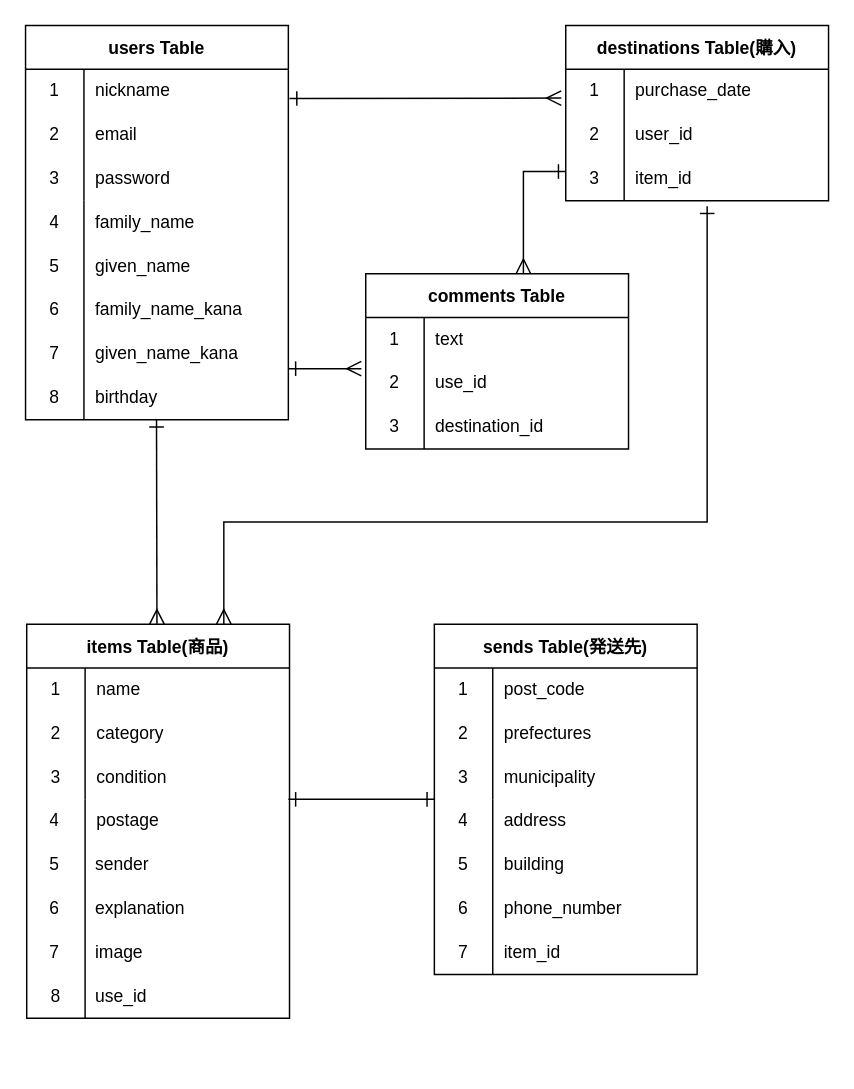
Before: ER図.dio in htn9sys/furima-39212, a draw.io diagram. Source tidied: cells renumbered, new cells numbered last; positions are measured from the earlier drawing's top-left corner, leaving out a move shared by most shapes. Both pictures are drawn from the tidied source at 146%, with x=0, y=0 at pixel (25, 25).
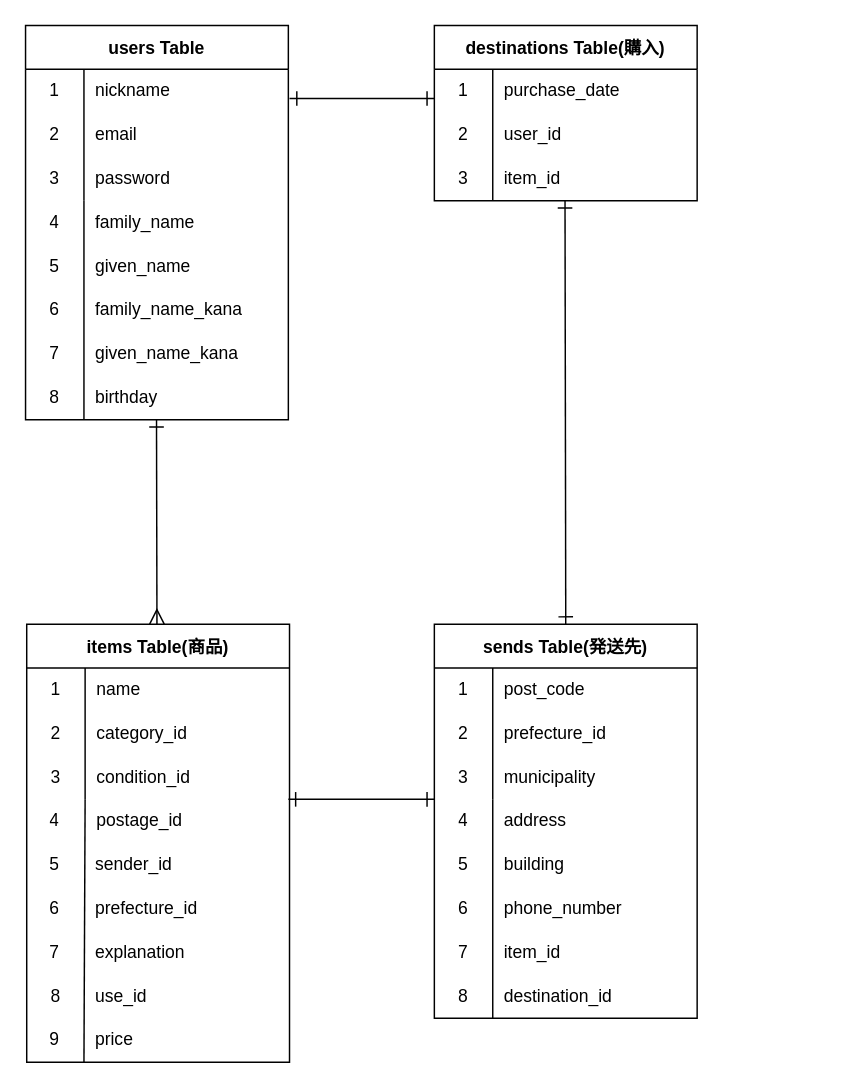
The same page after the edit.

Commit message (it also covers changes not shown here):
ER図_READMEの修正

The change refers to these unchanged cells:
```xml
<mxCell id="17" style="shape=tableRow;horizontal=0;startSize=0;swimlaneHead=0;swimlaneBody=0;top=0;left=0;bottom=0;right=0;fillColor=none;" parent="13" vertex="1">
  <mxGeometry y="60" width="180" height="30" as="geometry" />
</mxCell>
<mxCell id="20" style="shape=tableRow;horizontal=0;startSize=0;swimlaneHead=0;swimlaneBody=0;top=0;left=0;bottom=0;right=0;fillColor=none;" parent="13" vertex="1">
  <mxGeometry y="90" width="180" height="30" as="geometry" />
</mxCell>
<mxCell id="27" style="shape=tableRow;horizontal=0;startSize=0;swimlaneHead=0;swimlaneBody=0;top=0;left=0;bottom=0;right=0;fillColor=none;" parent="23" vertex="1">
  <mxGeometry y="60" width="180" height="30" as="geometry" />
</mxCell>
<mxCell id="34" style="shape=tableRow;horizontal=0;startSize=0;swimlaneHead=0;swimlaneBody=0;top=0;left=0;bottom=0;right=0;fillColor=none;points=[[0,0.5],[1,0.5]];portConstraint=eastwest;" parent="33" vertex="1">
  <mxGeometry y="30" width="180" height="30" as="geometry" />
</mxCell>
<mxCell id="40" style="shape=tableRow;horizontal=0;startSize=0;swimlaneHead=0;swimlaneBody=0;top=0;left=0;bottom=0;right=0;fillColor=none;points=[[0,0.5],[1,0.5]];portConstraint=eastwest;" parent="33" vertex="1">
  <mxGeometry y="90" width="180" height="30" as="geometry" />
</mxCell>
```

What changed in the source:
```diff
@@
     <mxCell id="13" value="items Table(商品)" style="shape=table;startSize=30;childLayout=tableLayout;rowLines=0;fontStyle=1;" parent="1" vertex="1">
-      <mxGeometry x="0.8" y="410" width="180" height="270" as="geometry" />
+      <mxGeometry x="0.8" y="410" width="180" height="300" as="geometry" />
     </mxCell>
@@
-    <mxCell id="19" value="category" style="shape=partialRectangle;html=1;whiteSpace=wrap;fillColor=none;top=0;left=0;bottom=0;right=0;align=left;spacingLeft=6;overflow=hidden;" parent="17" vertex="1">
+    <mxCell id="19" value="category_id" style="shape=partialRectangle;html=1;whiteSpace=wrap;fillColor=none;top=0;left=0;bottom=0;right=0;align=left;spacingLeft=6;overflow=hidden;" parent="17" vertex="1">
       <mxGeometry x="40" width="140" height="30" as="geometry" />
     </mxCell>
@@
-    <mxCell id="22" value="condition" style="shape=partialRectangle;html=1;whiteSpace=wrap;fillColor=none;top=0;left=0;bottom=0;right=0;align=left;spacingLeft=6;overflow=hidden;" parent="20" vertex="1">
+    <mxCell id="22" value="condition_id" style="shape=partialRectangle;html=1;whiteSpace=wrap;fillColor=none;top=0;left=0;bottom=0;right=0;align=left;spacingLeft=6;overflow=hidden;" parent="20" vertex="1">
       <mxGeometry x="40" width="140" height="30" as="geometry" />
     </mxCell>
     <mxCell id="23" value="sends Table(発送先)" style="shape=table;startSize=30;childLayout=tableLayout;rowLines=0;fontStyle=1;" parent="1" vertex="1">
-      <mxGeometry x="280" y="410" width="180" height="240" as="geometry" />
+      <mxGeometry x="280" y="410" width="180" height="270" as="geometry" />
     </mxCell>
@@
-    <mxCell id="29" value="prefectures" style="shape=partialRectangle;html=1;whiteSpace=wrap;fillColor=none;top=0;left=0;bottom=0;right=0;align=left;spacingLeft=6;overflow=hidden;" parent="27" vertex="1">
+    <mxCell id="29" value="prefecture_id" style="shape=partialRectangle;html=1;whiteSpace=wrap;fillColor=none;top=0;left=0;bottom=0;right=0;align=left;spacingLeft=6;overflow=hidden;" parent="27" vertex="1">
       <mxGeometry x="40" width="140" height="30" as="geometry" />
     </mxCell>
@@
     <mxCell id="33" value="destinations Table(購入)" style="shape=table;startSize=30;childLayout=tableLayout;rowLines=0;fontStyle=1;" parent="1" vertex="1">
-      <mxGeometry x="370" width="180" height="120" as="geometry" />
+      <mxGeometry x="280" width="180" height="120" as="geometry" />
     </mxCell>
@@
-    <mxCell id="51" value="sender" style="shape=partialRectangle;html=1;whiteSpace=wrap;fillColor=none;top=0;left=0;bottom=0;right=0;align=left;spacingLeft=6;overflow=hidden;" parent="1" vertex="1">
+    <mxCell id="51" value="sender_id" style="shape=partialRectangle;html=1;whiteSpace=wrap;fillColor=none;top=0;left=0;bottom=0;right=0;align=left;spacingLeft=6;overflow=hidden;" parent="1" vertex="1">
       <mxGeometry x="40" y="560" width="140" height="30" as="geometry" />
     </mxCell>
-    <mxCell id="52" value="explanation" style="shape=partialRectangle;html=1;whiteSpace=wrap;fillColor=none;top=0;left=0;bottom=0;right=0;align=left;spacingLeft=6;overflow=hidden;" parent="1" vertex="1">
+    <mxCell id="52" value="prefecture_id" style="shape=partialRectangle;html=1;whiteSpace=wrap;fillColor=none;top=0;left=0;bottom=0;right=0;align=left;spacingLeft=6;overflow=hidden;" parent="1" vertex="1">
       <mxGeometry x="40" y="590" width="140" height="30" as="geometry" />
     </mxCell>
-    <mxCell id="53" value="image" style="shape=partialRectangle;html=1;whiteSpace=wrap;fillColor=none;top=0;left=0;bottom=0;right=0;align=left;spacingLeft=6;overflow=hidden;" parent="1" vertex="1">
+    <mxCell id="53" value="explanation" style="shape=partialRectangle;html=1;whiteSpace=wrap;fillColor=none;top=0;left=0;bottom=0;right=0;align=left;spacingLeft=6;overflow=hidden;" parent="1" vertex="1">
       <mxGeometry x="40" y="620" width="140" height="30" as="geometry" />
     </mxCell>
     <mxCell id="54" style="endArrow=none;html=1;strokeWidth=1;startSize=8;endSize=8;sourcePerimeterSpacing=7;targetPerimeterSpacing=7;jumpSize=11;" parent="1" edge="1">
       <mxGeometry relative="1" as="geometry">
-        <mxPoint x="40.8" y="680" as="sourcePoint" />
+        <mxPoint x="40" y="710" as="sourcePoint" />
         <mxPoint x="40.8" y="530" as="targetPoint" />
       </mxGeometry>
     </mxCell>
@@
-    <mxCell id="56" value="postage" style="shape=partialRectangle;html=1;whiteSpace=wrap;fillColor=none;top=0;left=0;bottom=0;right=0;align=left;spacingLeft=6;overflow=hidden;" parent="1" vertex="1">
+    <mxCell id="56" value="postage_id" style="shape=partialRectangle;html=1;whiteSpace=wrap;fillColor=none;top=0;left=0;bottom=0;right=0;align=left;spacingLeft=6;overflow=hidden;" parent="1" vertex="1">
       <mxGeometry x="40.8" y="530" width="140" height="30" as="geometry" />
     </mxCell>
@@
-    <mxCell id="67" style="edgeStyle=none;html=1;exitX=1;exitY=0.5;exitDx=0;exitDy=0;endArrow=ERmany;endFill=0;strokeWidth=1;targetPerimeterSpacing=7;endSize=8;startArrow=ERone;startFill=0;sourcePerimeterSpacing=7;startSize=8;entryX=-0.017;entryY=0.656;entryDx=0;entryDy=0;entryPerimeter=0;" parent="1" edge="1" target="34">
+    <mxCell id="67" style="edgeStyle=none;html=1;exitX=1;exitY=0.5;exitDx=0;exitDy=0;endArrow=ERone;endFill=0;strokeWidth=1;targetPerimeterSpacing=7;endSize=8;startArrow=ERone;startFill=0;sourcePerimeterSpacing=7;startSize=8;" parent="1" edge="1">
       <mxGeometry relative="1" as="geometry">
         <mxPoint x="180.8" y="50" as="sourcePoint" />
+        <mxPoint x="280" y="50" as="targetPoint" />
       </mxGeometry>
     </mxCell>
@@
     <mxCell id="74" style="endArrow=none;html=1;strokeWidth=1;startSize=8;endSize=8;sourcePerimeterSpacing=7;targetPerimeterSpacing=7;jumpSize=11;" parent="1" edge="1">
       <mxGeometry relative="1" as="geometry">
-        <mxPoint x="320" y="650" as="sourcePoint" />
+        <mxPoint x="320" y="680" as="sourcePoint" />
         <mxPoint x="320" y="530" as="targetPoint" />
       </mxGeometry>
     </mxCell>
@@
-    <mxCell id="76" value="comments Table" style="shape=table;startSize=30;childLayout=tableLayout;rowLines=0;fontStyle=1;" parent="1" vertex="1">
-      <mxGeometry x="233" y="170" width="180" height="120" as="geometry" />
-    </mxCell>
-    <mxCell id="77" style="shape=tableRow;horizontal=0;startSize=0;swimlaneHead=0;swimlaneBody=0;top=0;left=0;bottom=0;right=0;fillColor=none;" parent="76" vertex="1">
-      <mxGeometry y="30" width="180" height="30" as="geometry" />
-    </mxCell>
-    <mxCell id="78" value="1" style="shape=partialRectangle;html=1;whiteSpace=wrap;fillColor=none;top=0;left=0;bottom=0;right=0;overflow=hidden;" parent="77" vertex="1">
-      <mxGeometry width="40" height="30" as="geometry" />
-    </mxCell>
-    <mxCell id="79" value="text" style="shape=partialRectangle;html=1;whiteSpace=wrap;fillColor=none;top=0;left=0;bottom=0;right=0;align=left;spacingLeft=6;overflow=hidden;" parent="77" vertex="1">
-      <mxGeometry x="40" width="140" height="30" as="geometry" />
-    </mxCell>
-    <mxCell id="80" style="shape=tableRow;horizontal=0;startSize=0;swimlaneHead=0;swimlaneBody=0;top=0;left=0;bottom=0;right=0;fillColor=none;" parent="76" vertex="1">
-      <mxGeometry y="60" width="180" height="30" as="geometry" />
-    </mxCell>
-    <mxCell id="81" style="shape=partialRectangle;html=1;whiteSpace=wrap;fillColor=none;top=0;left=0;bottom=0;right=0;overflow=hidden;" parent="80" vertex="1">
-      <mxGeometry width="40" height="30" as="geometry" />
-    </mxCell>
-    <mxCell id="82" style="shape=partialRectangle;html=1;whiteSpace=wrap;fillColor=none;top=0;left=0;bottom=0;right=0;align=left;spacingLeft=6;overflow=hidden;" parent="80" vertex="1">
-      <mxGeometry x="40" width="140" height="30" as="geometry" />
-    </mxCell>
-    <mxCell id="83" style="shape=tableRow;horizontal=0;startSize=0;swimlaneHead=0;swimlaneBody=0;top=0;left=0;bottom=0;right=0;fillColor=none;" parent="76" vertex="1">
-      <mxGeometry y="90" width="180" height="30" as="geometry" />
-    </mxCell>
-    <mxCell id="84" style="shape=partialRectangle;html=1;whiteSpace=wrap;fillColor=none;top=0;left=0;bottom=0;right=0;overflow=hidden;" parent="83" vertex="1">
-      <mxGeometry width="40" height="30" as="geometry" />
-    </mxCell>
-    <mxCell id="85" style="shape=partialRectangle;html=1;whiteSpace=wrap;fillColor=none;top=0;left=0;bottom=0;right=0;align=left;spacingLeft=6;overflow=hidden;" parent="83" vertex="1">
-      <mxGeometry x="40" width="140" height="30" as="geometry" />
-    </mxCell>
-    <mxCell id="86" value="2" style="shape=partialRectangle;html=1;whiteSpace=wrap;fillColor=none;top=0;left=0;bottom=0;right=0;overflow=hidden;" parent="1" vertex="1">
-      <mxGeometry x="233" y="230" width="40" height="30" as="geometry" />
-    </mxCell>
-    <mxCell id="87" value="use_id" style="shape=partialRectangle;html=1;whiteSpace=wrap;fillColor=none;top=0;left=0;bottom=0;right=0;align=left;spacingLeft=6;overflow=hidden;" parent="1" vertex="1">
-      <mxGeometry x="273" y="230" width="140" height="30" as="geometry" />
-    </mxCell>
-    <mxCell id="88" style="edgeStyle=elbowEdgeStyle;elbow=vertical;endArrow=ERmany;html=1;curved=0;rounded=0;endSize=8;startSize=8;strokeWidth=1;sourcePerimeterSpacing=7;targetPerimeterSpacing=7;jumpSize=11;entryX=0.75;entryY=0;entryDx=0;entryDy=0;endFill=0;startArrow=ERone;startFill=0;exitX=0.538;exitY=1.124;exitDx=0;exitDy=0;exitPerimeter=0;" parent="1" edge="1" source="40" target="13">
-      <mxGeometry relative="1" as="geometry">
-        <Array as="points">
-          <mxPoint x="270" y="340" />
-        </Array>
-      </mxGeometry>
-    </mxCell>
@@
-    <mxCell id="91" style="edgeStyle=segmentEdgeStyle;endArrow=ERone;html=1;curved=0;rounded=0;endSize=8;startSize=8;strokeWidth=1;sourcePerimeterSpacing=7;targetPerimeterSpacing=7;jumpSize=11;startArrow=ERmany;startFill=0;endFill=0;" parent="1" edge="1">
-      <mxGeometry relative="1" as="geometry">
-        <mxPoint x="341" y="170" as="sourcePoint" />
-        <mxPoint x="370" y="100" as="targetPoint" />
-        <Array as="points">
-          <mxPoint x="341" y="100" />
-        </Array>
-      </mxGeometry>
-    </mxCell>
-    <mxCell id="92" style="edgeStyle=none;html=1;exitX=1;exitY=0.5;exitDx=0;exitDy=0;endArrow=ERmany;endFill=0;strokeWidth=1;targetPerimeterSpacing=7;endSize=8;startArrow=ERone;startFill=0;sourcePerimeterSpacing=7;startSize=8;" parent="1" edge="1">
-      <mxGeometry relative="1" as="geometry">
-        <mxPoint x="180" y="235" as="sourcePoint" />
-        <mxPoint x="230" y="235" as="targetPoint" />
-      </mxGeometry>
-    </mxCell>
-    <mxCell id="93" value="3" style="shape=partialRectangle;html=1;whiteSpace=wrap;fillColor=none;top=0;left=0;bottom=0;right=0;overflow=hidden;" parent="1" vertex="1">
-      <mxGeometry x="233" y="260" width="40" height="30" as="geometry" />
-    </mxCell>
-    <mxCell id="94" value="&lt;span style=&quot;text-align: center;&quot;&gt;destination&lt;/span&gt;_id" style="shape=partialRectangle;html=1;whiteSpace=wrap;fillColor=none;top=0;left=0;bottom=0;right=0;align=left;spacingLeft=6;overflow=hidden;" parent="1" vertex="1">
-      <mxGeometry x="273" y="260" width="140" height="30" as="geometry" />
-    </mxCell>
+    <mxCell id="95" style="endArrow=ERone;html=1;strokeWidth=1;startSize=8;endSize=8;targetPerimeterSpacing=7;jumpSize=11;exitX=0.5;exitY=1.025;exitDx=0;exitDy=0;exitPerimeter=0;endFill=0;startArrow=ERone;startFill=0;sourcePerimeterSpacing=7;entryX=0.5;entryY=0;entryDx=0;entryDy=0;" parent="1" edge="1" target="23">
+      <mxGeometry relative="1" as="geometry">
+        <mxPoint x="369.5" y="120" as="sourcePoint" />
+      </mxGeometry>
+    </mxCell>
+    <mxCell id="96" value="8" style="shape=partialRectangle;html=1;whiteSpace=wrap;fillColor=none;top=0;left=0;bottom=0;right=0;overflow=hidden;" parent="1" vertex="1">
+      <mxGeometry x="280" y="650" width="40" height="30" as="geometry" />
+    </mxCell>
+    <mxCell id="97" value="destination_id" style="shape=partialRectangle;html=1;whiteSpace=wrap;fillColor=none;top=0;left=0;bottom=0;right=0;align=left;spacingLeft=6;overflow=hidden;" parent="1" vertex="1">
+      <mxGeometry x="320" y="650" width="140" height="30" as="geometry" />
+    </mxCell>
+    <mxCell id="98" value="9" style="shape=partialRectangle;html=1;whiteSpace=wrap;fillColor=none;top=0;left=0;bottom=0;right=0;overflow=hidden;" parent="1" vertex="1">
+      <mxGeometry y="680" width="40" height="30" as="geometry" />
+    </mxCell>
+    <mxCell id="99" value="price" style="shape=partialRectangle;html=1;whiteSpace=wrap;fillColor=none;top=0;left=0;bottom=0;right=0;align=left;spacingLeft=6;overflow=hidden;" parent="1" vertex="1">
+      <mxGeometry x="40" y="680" width="140" height="30" as="geometry" />
+    </mxCell>
```
